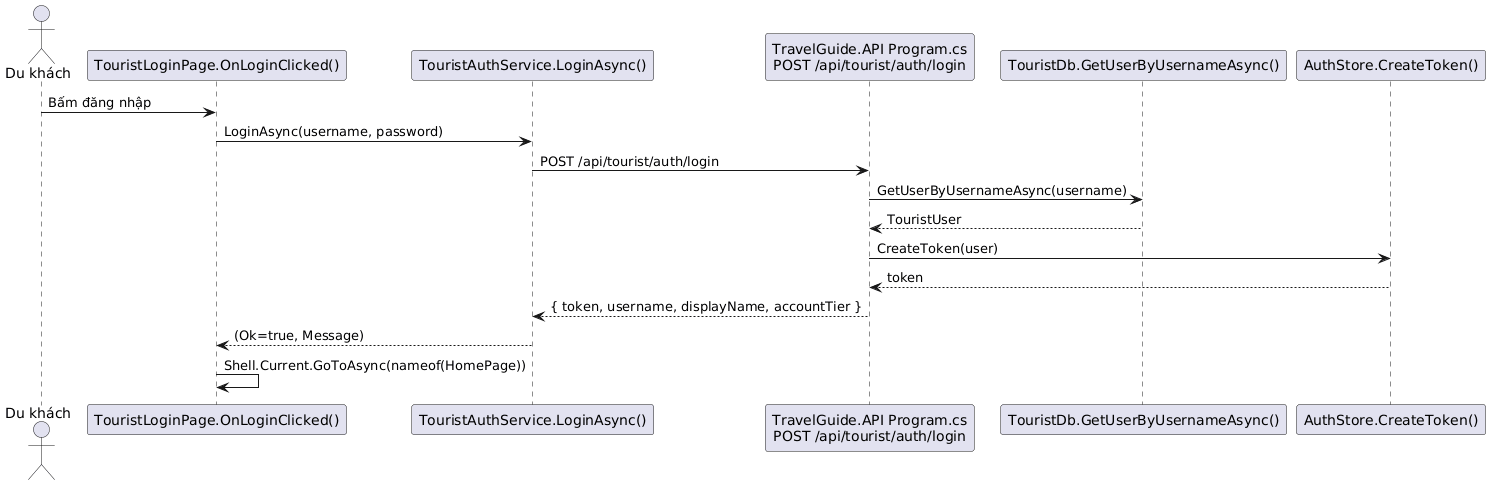
Earlier version of the PlantUML export Diagrams/SE DuKhach DangNhap.png (hoangtri22/TravelGuide).
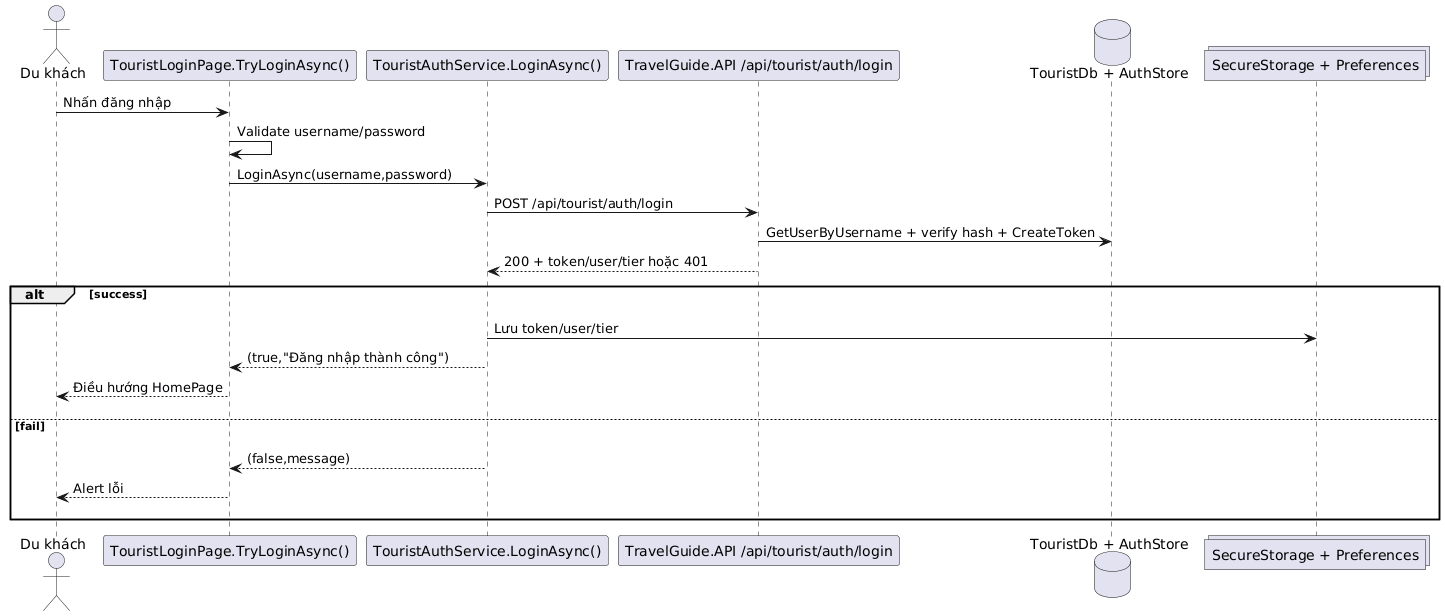
The same diagram one commit later.

What changed in the source:
```diff
@@ -1,19 +1,26 @@
 @startuml
-actor "Du khách" as USER
-participant "TouristLoginPage.OnLoginClicked()" as LP
-participant "TouristAuthService.LoginAsync()" as AUTH
-participant "TravelGuide.API Program.cs\nPOST /api/tourist/auth/login" as API
-participant "TouristDb.GetUserByUsernameAsync()" as DB
-participant "AuthStore.CreateToken()" as TOK
-
-USER -> LP: Bấm đăng nhập
-LP -> AUTH: LoginAsync(username, password)
-AUTH -> API: POST /api/tourist/auth/login
-API -> DB: GetUserByUsernameAsync(username)
-DB --> API: TouristUser
-API -> TOK: CreateToken(user)
-TOK --> API: token
-API --> AUTH: { token, username, displayName, accountTier }
-AUTH --> LP: (Ok=true, Message)
-LP -> LP: Shell.Current.GoToAsync(nameof(HomePage))
+actor "Du khách" as U
+participant "TouristLoginPage.TryLoginAsync()" as UI
+participant "TouristAuthService.LoginAsync()" as SVC
+participant "TravelGuide.API /api/tourist/auth/login" as API
+database "TouristDb + AuthStore" as DB
+collections "SecureStorage + Preferences" as STORE
+U -> UI : Nhấn đăng nhập
+UI -> UI : Validate username/password
+UI -> SVC : LoginAsync(username,password)
+SVC -> API : POST /api/tourist/auth/login
+API -> DB : GetUserByUsername + verify hash + CreateToken
+API --> SVC : 200 + token/user/tier hoặc 401
+alt success
+  U -[hidden]-> STORE
+SVC -> STORE : Lưu token/user/tier
+SVC --> UI : (true,"Đăng nhập thành công")
+UI --> U : Điều hướng HomePage
+  STORE -[hidden]-> U
+else fail
+  U -[hidden]-> STORE
+SVC --> UI : (false,message)
+UI --> U : Alert lỗi
+  STORE -[hidden]-> U
+end
 @enduml
```
